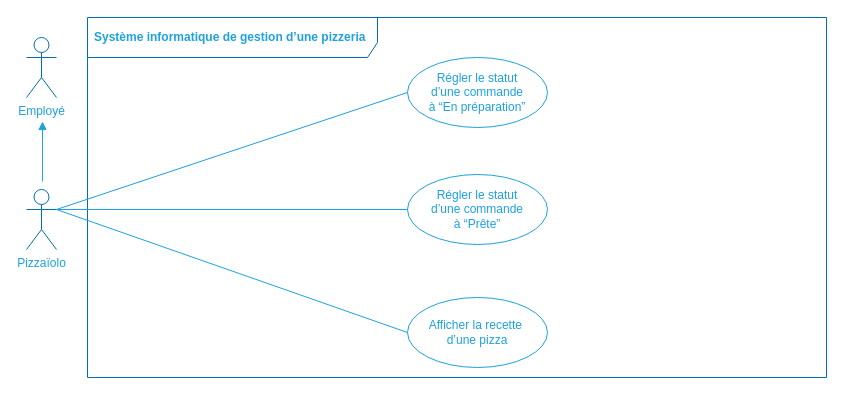
Before: img/figure_use-case-diagram-pizza-maker.dio in centvingt/OCPizzaRedaction, a draw.io diagram. Source tidied: cells renumbered, new cells numbered last; positions are measured from the earlier drawing's top-left corner, leaving out a move shared by most shapes. Both pictures are drawn from the tidied source at 100%, with x=0, y=0 at pixel (26, 17).
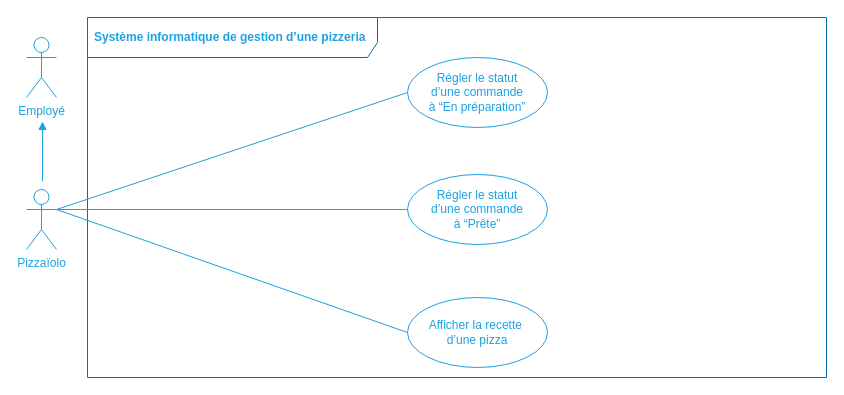
After the change.

Diff of the diagram source:
```diff
@@
 <mxGraphModel>
   <root>
     <mxCell id="0" />
     <mxCell id="1" parent="0" />
-    <mxCell id="2" value="&lt;font color=&quot;#1da1e1&quot;&gt;Pizzaïolo&lt;br&gt;&lt;/font&gt;" style="shape=umlActor;verticalLabelPosition=bottom;verticalAlign=top;html=1;strokeColor=#006EAF;fontColor=#ffffff;fillColor=none;" parent="1" vertex="1">
+    <mxCell id="2" value="&lt;font color=&quot;#1da1e1&quot;&gt;Pizzaïolo&lt;br&gt;&lt;/font&gt;" style="shape=umlActor;verticalLabelPosition=bottom;verticalAlign=top;html=1;fontColor=#ffffff;fillColor=none;strokeColor=#1DA1E1;" parent="1" vertex="1">
       <mxGeometry y="172" width="30" height="60" as="geometry" />
     </mxCell>
     <mxCell id="3" value="&lt;font color=&quot;#1da1e1&quot;&gt;Système informatique de gestion d’une pizzeria&lt;/font&gt;" style="shape=umlFrame;whiteSpace=wrap;html=1;width=290;height=40;boundedLbl=1;verticalAlign=middle;align=left;spacingLeft=5;strokeColor=#006EAF;fontColor=#ffffff;fillColor=none;fontStyle=1;" parent="1" vertex="1">
       <mxGeometry x="61" width="739" height="360" as="geometry" />
     </mxCell>
     <mxCell id="4" style="edgeStyle=none;rounded=0;jettySize=auto;html=1;exitX=0;exitY=0.5;exitDx=0;exitDy=0;endArrow=none;endFill=0;strokeColor=#1DA1E1;entryX=1;entryY=0.3333333333333333;entryDx=0;entryDy=0;entryPerimeter=0;" parent="1" edge="1" source="5" target="2">
       <mxGeometry relative="1" as="geometry" />
     </mxCell>
     <mxCell id="5" value="&lt;font color=&quot;#1da1e1&quot;&gt;Régler le statut &lt;br&gt;d’une commande &lt;br&gt;à “En préparation”&lt;/font&gt;" style="ellipse;whiteSpace=wrap;html=1;fillColor=none;strokeColor=#1DA1E1;" parent="1" vertex="1">
       <mxGeometry x="381" y="40" width="140" height="70" as="geometry" />
     </mxCell>
     <mxCell id="6" style="edgeStyle=none;rounded=0;jettySize=auto;html=1;exitX=0;exitY=0.5;exitDx=0;exitDy=0;entryX=1;entryY=0.3333333333333333;entryDx=0;entryDy=0;entryPerimeter=0;endArrow=none;endFill=0;strokeColor=#1DA1E1;" parent="1" edge="1" source="7" target="2">
       <mxGeometry relative="1" as="geometry" />
     </mxCell>
     <mxCell id="7" value="&lt;font color=&quot;#1da1e1&quot;&gt;Régler le statut &lt;br&gt;d’une commande &lt;br&gt;à “Prête”&lt;/font&gt;" style="ellipse;whiteSpace=wrap;html=1;fillColor=none;strokeColor=#1DA1E1;" parent="1" vertex="1">
       <mxGeometry x="381" y="157" width="140" height="70" as="geometry" />
     </mxCell>
     <mxCell id="8" style="rounded=0;jettySize=auto;html=1;exitX=0;exitY=0.5;exitDx=0;exitDy=0;strokeColor=#1DA1E1;endArrow=none;endFill=0;entryX=1;entryY=0.3333333333333333;entryDx=0;entryDy=0;entryPerimeter=0;" parent="1" edge="1" source="9" target="2">
       <mxGeometry relative="1" as="geometry" />
     </mxCell>
     <mxCell id="9" value="&lt;span style=&quot;color: rgb(29 , 161 , 225)&quot;&gt;Afficher la recette&amp;nbsp;&lt;/span&gt;&lt;br style=&quot;color: rgb(29 , 161 , 225)&quot;&gt;&lt;span style=&quot;color: rgb(29 , 161 , 225)&quot;&gt;d’une pizza&lt;/span&gt;" style="ellipse;whiteSpace=wrap;html=1;fillColor=none;strokeColor=#1DA1E1;" parent="1" vertex="1">
       <mxGeometry x="381" y="280" width="140" height="70" as="geometry" />
     </mxCell>
-    <mxCell id="10" value="&lt;font color=&quot;#1da1e1&quot;&gt;Employé&lt;br&gt;&lt;/font&gt;" style="shape=umlActor;verticalLabelPosition=bottom;verticalAlign=top;html=1;strokeColor=#006EAF;fontColor=#ffffff;fillColor=none;" parent="1" vertex="1">
+    <mxCell id="10" value="&lt;font color=&quot;#1da1e1&quot;&gt;Employé&lt;br&gt;&lt;/font&gt;" style="shape=umlActor;verticalLabelPosition=bottom;verticalAlign=top;html=1;fontColor=#ffffff;fillColor=none;strokeColor=#1DA1E1;" parent="1" vertex="1">
       <mxGeometry y="20" width="30" height="60" as="geometry" />
     </mxCell>
     <mxCell id="11" style="edgeStyle=none;rounded=0;orthogonalLoop=1;jettySize=auto;html=1;endArrow=none;endFill=0;strokeColor=#1DA1E1;startArrow=block;startFill=1;" parent="1" edge="1">
       <mxGeometry relative="1" as="geometry">
         <mxPoint x="16" y="104" as="sourcePoint" />
         <mxPoint x="16" y="164" as="targetPoint" />
       </mxGeometry>
     </mxCell>
   </root>
 </mxGraphModel>
```
